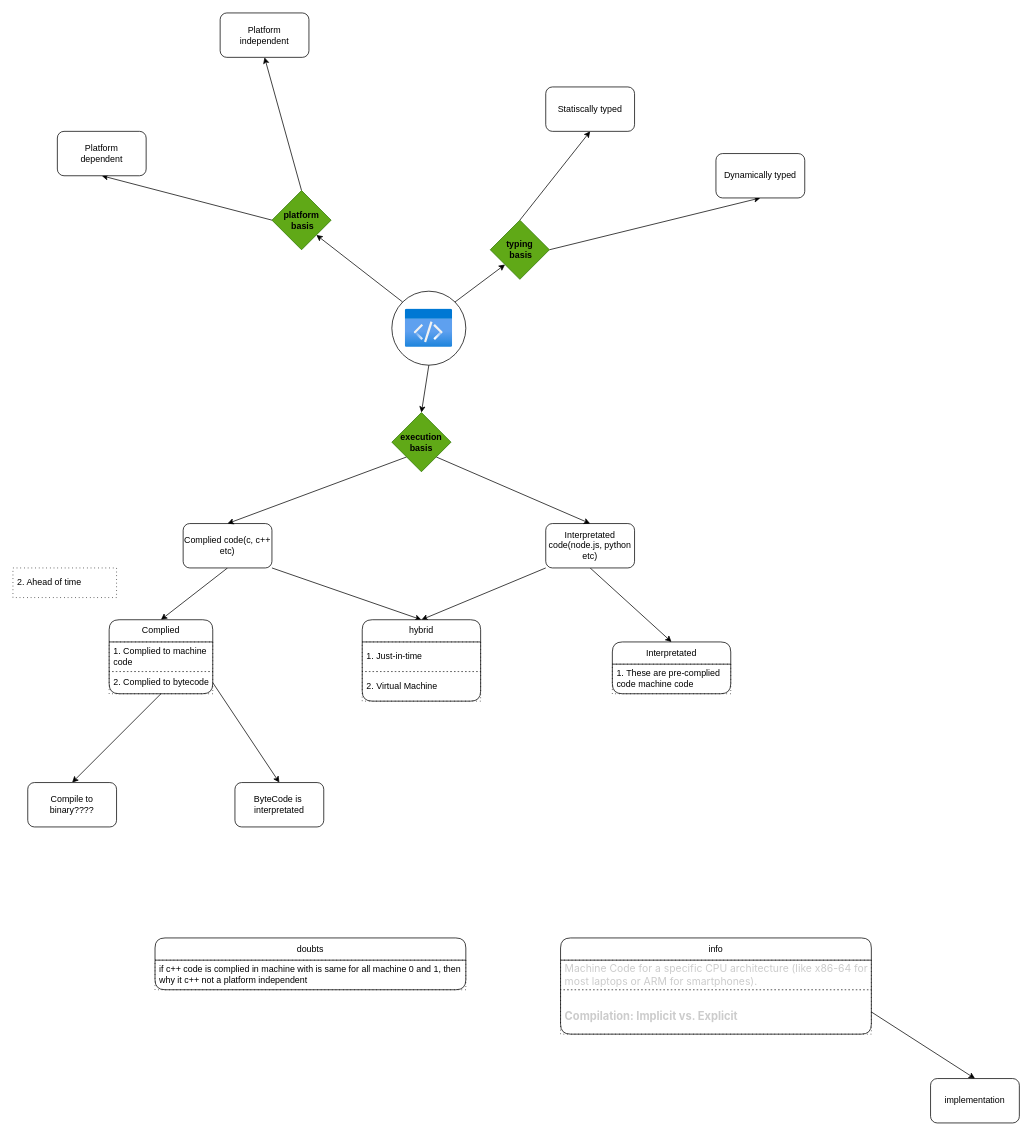
Above: core/code-compilation/cc.dio in knkrn5/Programming-Concepts (draw.io), before the change. Source tidied: cells renumbered, new cells numbered last; positions are measured from the earlier drawing's top-left corner, leaving out a move shared by most shapes. Both pictures are drawn from the tidied source at 74%, with x=0, y=0 at pixel (13, 13).
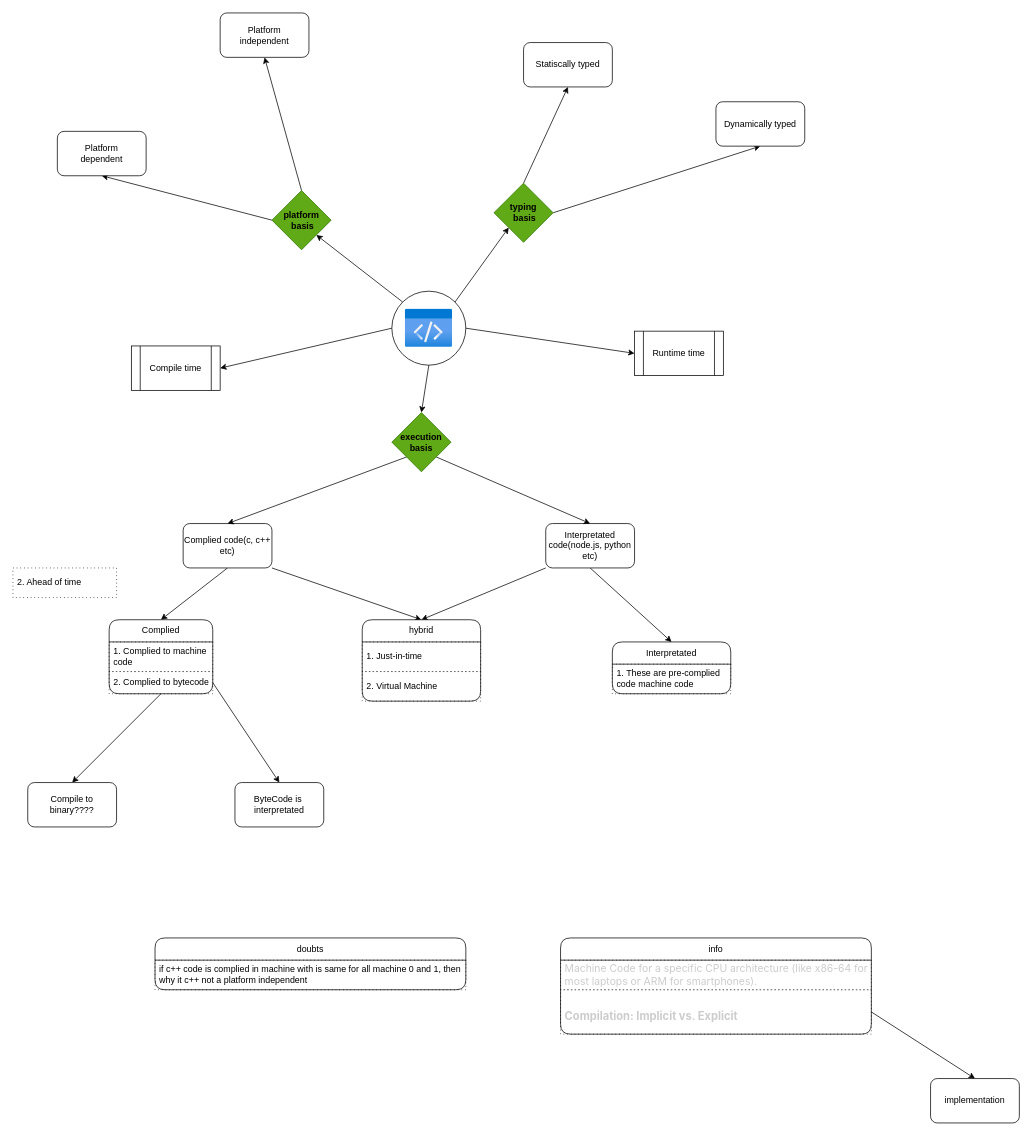
The same page after the edit.

Unchanged cells that the change refers to:
```xml
<mxCell id="3" style="ellipse;whiteSpace=wrap;html=1;" parent="2" vertex="1">
  <mxGeometry width="100" height="100" as="geometry" />
</mxCell>
```

Change to the diagram source:
```diff
@@
     <mxCell id="25" value="&lt;font style=&quot;&quot;&gt;&lt;b style=&quot;&quot;&gt;&lt;font style=&quot;color: light-dark(rgb(0, 0, 0), rgb(0, 0, 0));&quot;&gt;typing&lt;/font&gt;&lt;br&gt;&lt;/b&gt;&lt;/font&gt;&lt;div&gt;&lt;font style=&quot;&quot;&gt;&lt;b style=&quot;&quot;&gt;&lt;font style=&quot;color: light-dark(rgb(0, 0, 0), rgb(0, 0, 0));&quot;&gt;&amp;nbsp;basis&lt;/font&gt;&lt;/b&gt;&lt;/font&gt;&lt;/div&gt;" style="rhombus;whiteSpace=wrap;html=1;fillColor=#60a917;fontColor=#ffffff;strokeColor=#2D7600;" parent="1" vertex="1">
-      <mxGeometry x="645" y="280" width="80" height="80" as="geometry" />
+      <mxGeometry x="650" y="230" width="80" height="80" as="geometry" />
     </mxCell>
@@
     <mxCell id="31" value="Statiscally typed" style="rounded=1;whiteSpace=wrap;html=1;" parent="1" vertex="1">
-      <mxGeometry x="720" y="100" width="120" height="60" as="geometry" />
+      <mxGeometry x="690" y="40" width="120" height="60" as="geometry" />
     </mxCell>
@@
     <mxCell id="34" value="Dynamically typed" style="rounded=1;whiteSpace=wrap;html=1;" parent="1" vertex="1">
-      <mxGeometry x="950" y="190" width="120" height="60" as="geometry" />
+      <mxGeometry x="950" y="120" width="120" height="60" as="geometry" />
     </mxCell>
@@
+    <mxCell id="47" style="edgeStyle=none;html=1;exitX=0;exitY=0.5;exitDx=0;exitDy=0;entryX=1;entryY=0.5;entryDx=0;entryDy=0;" parent="1" edge="1" source="3" target="48">
+      <mxGeometry relative="1" as="geometry" />
+    </mxCell>
+    <mxCell id="48" value="Compile time" style="shape=process;whiteSpace=wrap;html=1;backgroundOutline=1;" parent="1" vertex="1">
+      <mxGeometry x="160" y="450" width="120" height="60" as="geometry" />
+    </mxCell>
+    <mxCell id="49" value="Runtime time" style="shape=process;whiteSpace=wrap;html=1;backgroundOutline=1;" parent="1" vertex="1">
+      <mxGeometry x="840" y="430" width="120" height="60" as="geometry" />
+    </mxCell>
+    <mxCell id="50" style="edgeStyle=none;html=1;exitX=1;exitY=0.5;exitDx=0;exitDy=0;entryX=0;entryY=0.5;entryDx=0;entryDy=0;" parent="1" edge="1" source="3" target="49">
+      <mxGeometry relative="1" as="geometry" />
+    </mxCell>
```
